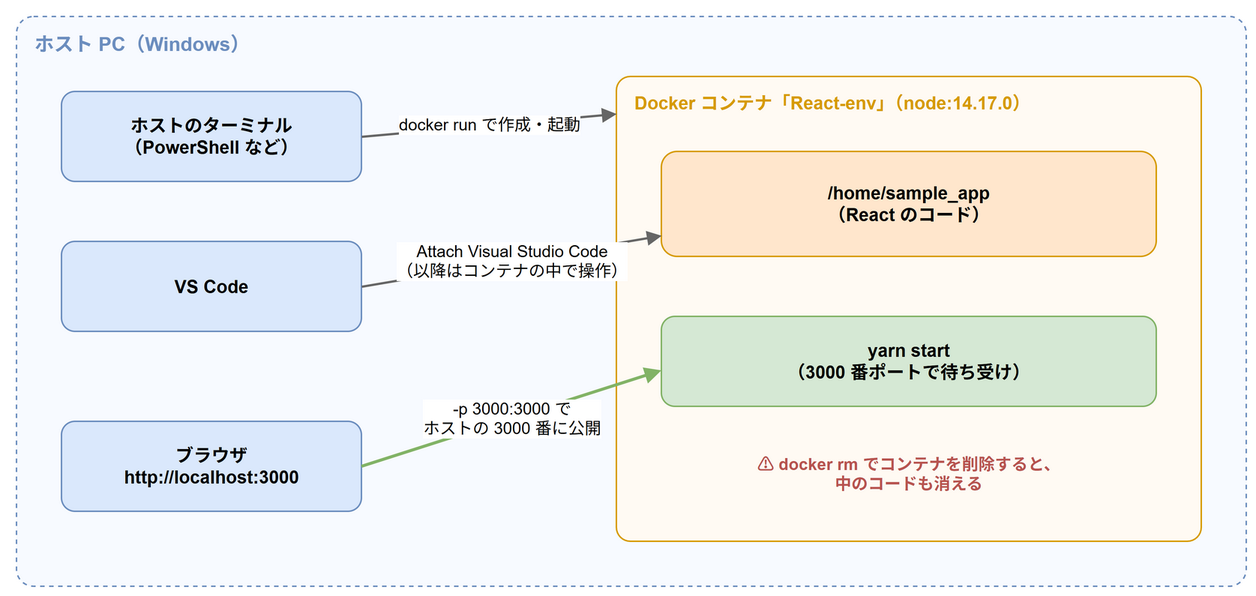
aew2sbee/zenn keeps this draw.io diagram as images/articles/docker-react-env/docker-react-env-overview.drawio.png. Above is the earlier version. Source tidied: cells renumbered, new cells last; positions are measured from the earlier drawing's top-left corner, leaving out a move shared by most shapes. Source of this version:
```xml
<mxGraphModel>
  <root>
    <mxCell id="0" />
    <mxCell id="1" parent="0" />
    <mxCell id="2" value="ホスト PC（Windows）" style="rounded=1;whiteSpace=wrap;html=1;dashed=1;fillColor=#f7faff;strokeColor=#6c8ebf;verticalAlign=top;align=left;spacingLeft=10;spacingTop=4;spacingBottom=4;fontStyle=1;fontSize=13;fontColor=#6c8ebf;arcSize=3;" parent="1" vertex="1">
      <mxGeometry width="820" height="380" as="geometry" />
    </mxCell>
    <mxCell id="3" value="ホストのターミナル&lt;br&gt;（PowerShell など）" style="rounded=1;whiteSpace=wrap;html=1;fontSize=12;fillColor=#dae8fc;strokeColor=#6c8ebf;fontStyle=1;" parent="1" vertex="1">
      <mxGeometry x="30" y="50" width="200" height="60" as="geometry" />
    </mxCell>
    <mxCell id="4" value="VS Code" style="rounded=1;whiteSpace=wrap;html=1;fontSize=12;fillColor=#dae8fc;strokeColor=#6c8ebf;fontStyle=1;" parent="1" vertex="1">
      <mxGeometry x="30" y="150" width="200" height="60" as="geometry" />
    </mxCell>
    <mxCell id="5" value="ブラウザ&lt;br&gt;http://localhost:3000" style="rounded=1;whiteSpace=wrap;html=1;fontSize=12;fillColor=#dae8fc;strokeColor=#6c8ebf;fontStyle=1;" parent="1" vertex="1">
      <mxGeometry x="30" y="270" width="200" height="60" as="geometry" />
    </mxCell>
    <mxCell id="6" value="Docker コンテナ「React-env」（node:14.17.0）" style="rounded=1;whiteSpace=wrap;html=1;fillColor=#fffaf3;strokeColor=#d79b00;verticalAlign=top;align=left;spacingLeft=10;spacingTop=4;spacingBottom=4;fontStyle=1;fontSize=12;fontColor=#d79b00;arcSize=3;" parent="1" vertex="1">
      <mxGeometry x="400" y="40" width="390" height="310" as="geometry" />
    </mxCell>
    <mxCell id="7" value="/home/sample_app&lt;br&gt;（React のコード）" style="rounded=1;whiteSpace=wrap;html=1;fontSize=12;fillColor=#ffe6cc;strokeColor=#d79b00;fontStyle=1;" parent="1" vertex="1">
      <mxGeometry x="430" y="90" width="330" height="70" as="geometry" />
    </mxCell>
    <mxCell id="8" value="yarn start&lt;br&gt;（3000 番ポートで待ち受け）" style="rounded=1;whiteSpace=wrap;html=1;fontSize=12;fillColor=#d5e8d4;strokeColor=#82b366;fontStyle=1;" parent="1" vertex="1">
      <mxGeometry x="430" y="200" width="330" height="60" as="geometry" />
    </mxCell>
    <mxCell id="9" value="&lt;font color=&quot;#b85450&quot;&gt;&lt;b&gt;⚠ docker rm でコンテナを削除すると、&lt;br&gt;中のコードも消える&lt;/b&gt;&lt;/font&gt;" style="text;html=1;whiteSpace=wrap;align=center;verticalAlign=middle;fontSize=11;fontColor=#333333;" parent="1" vertex="1">
      <mxGeometry x="430" y="280" width="330" height="50" as="geometry" />
    </mxCell>
    <mxCell id="10" value="docker run で作成・起動" style="html=1;endArrow=block;endFill=1;strokeColor=#666666;strokeWidth=1.5;fontSize=11;labelBackgroundColor=#ffffff;exitX=1;exitY=0.5;exitDx=0;exitDy=0;entryX=0;entryY=0.08;entryDx=0;entryDy=0;" parent="1" edge="1" source="3" target="6">
      <mxGeometry relative="1" as="geometry" />
    </mxCell>
    <mxCell id="11" value="Attach Visual Studio Code&lt;br&gt;（以降はコンテナの中で操作）" style="html=1;endArrow=block;endFill=1;strokeColor=#666666;strokeWidth=1.5;fontSize=11;labelBackgroundColor=#ffffff;exitX=1;exitY=0.5;exitDx=0;exitDy=0;entryX=0;entryY=0.8;entryDx=0;entryDy=0;" parent="1" edge="1" source="4" target="7">
      <mxGeometry relative="1" as="geometry" />
    </mxCell>
    <mxCell id="12" value="-p 3000:3000 で&lt;br&gt;ホストの 3000 番に公開" style="html=1;endArrow=block;endFill=1;strokeColor=#82b366;strokeWidth=2;fontSize=11;labelBackgroundColor=#ffffff;exitX=1;exitY=0.5;exitDx=0;exitDy=0;entryX=0;entryY=0.6;entryDx=0;entryDy=0;" parent="1" edge="1" source="5" target="8">
      <mxGeometry relative="1" as="geometry" />
    </mxCell>
  </root>
</mxGraphModel>
```
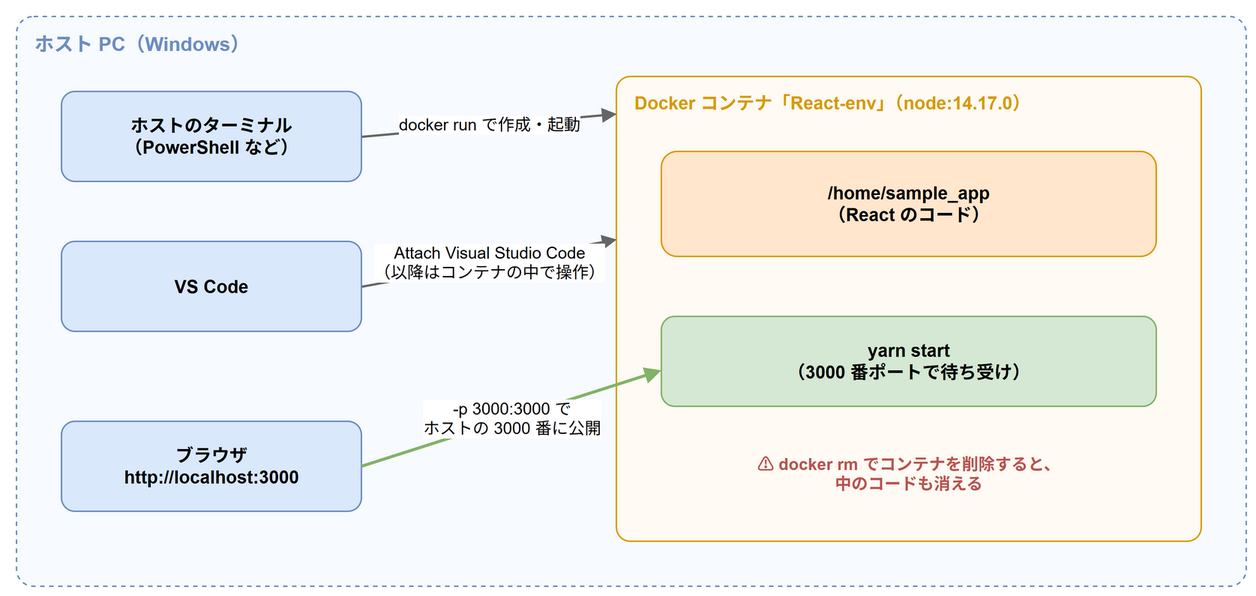
The same diagram one commit later.

Commit message:
docs: DockerでReact環境を作る記事の図をレビュー指摘に合わせて修正

What changed in the source:
```diff
@@ -29,7 +29,7 @@
     <mxCell id="10" value="docker run で作成・起動" style="html=1;endArrow=block;endFill=1;strokeColor=#666666;strokeWidth=1.5;fontSize=11;labelBackgroundColor=#ffffff;exitX=1;exitY=0.5;exitDx=0;exitDy=0;entryX=0;entryY=0.08;entryDx=0;entryDy=0;" parent="1" edge="1" source="3" target="6">
       <mxGeometry relative="1" as="geometry" />
     </mxCell>
-    <mxCell id="11" value="Attach Visual Studio Code&lt;br&gt;（以降はコンテナの中で操作）" style="html=1;endArrow=block;endFill=1;strokeColor=#666666;strokeWidth=1.5;fontSize=11;labelBackgroundColor=#ffffff;exitX=1;exitY=0.5;exitDx=0;exitDy=0;entryX=0;entryY=0.8;entryDx=0;entryDy=0;" parent="1" edge="1" source="4" target="7">
+    <mxCell id="11" value="Attach Visual Studio Code&lt;br&gt;（以降はコンテナの中で操作）" style="html=1;endArrow=block;endFill=1;strokeColor=#666666;strokeWidth=1.5;fontSize=11;labelBackgroundColor=#ffffff;exitX=1;exitY=0.5;exitDx=0;exitDy=0;entryX=0;entryY=0.35;entryDx=0;entryDy=0;" parent="1" edge="1" source="4" target="6">
       <mxGeometry relative="1" as="geometry" />
     </mxCell>
     <mxCell id="12" value="-p 3000:3000 で&lt;br&gt;ホストの 3000 番に公開" style="html=1;endArrow=block;endFill=1;strokeColor=#82b366;strokeWidth=2;fontSize=11;labelBackgroundColor=#ffffff;exitX=1;exitY=0.5;exitDx=0;exitDy=0;entryX=0;entryY=0.6;entryDx=0;entryDy=0;" parent="1" edge="1" source="5" target="8">
```
